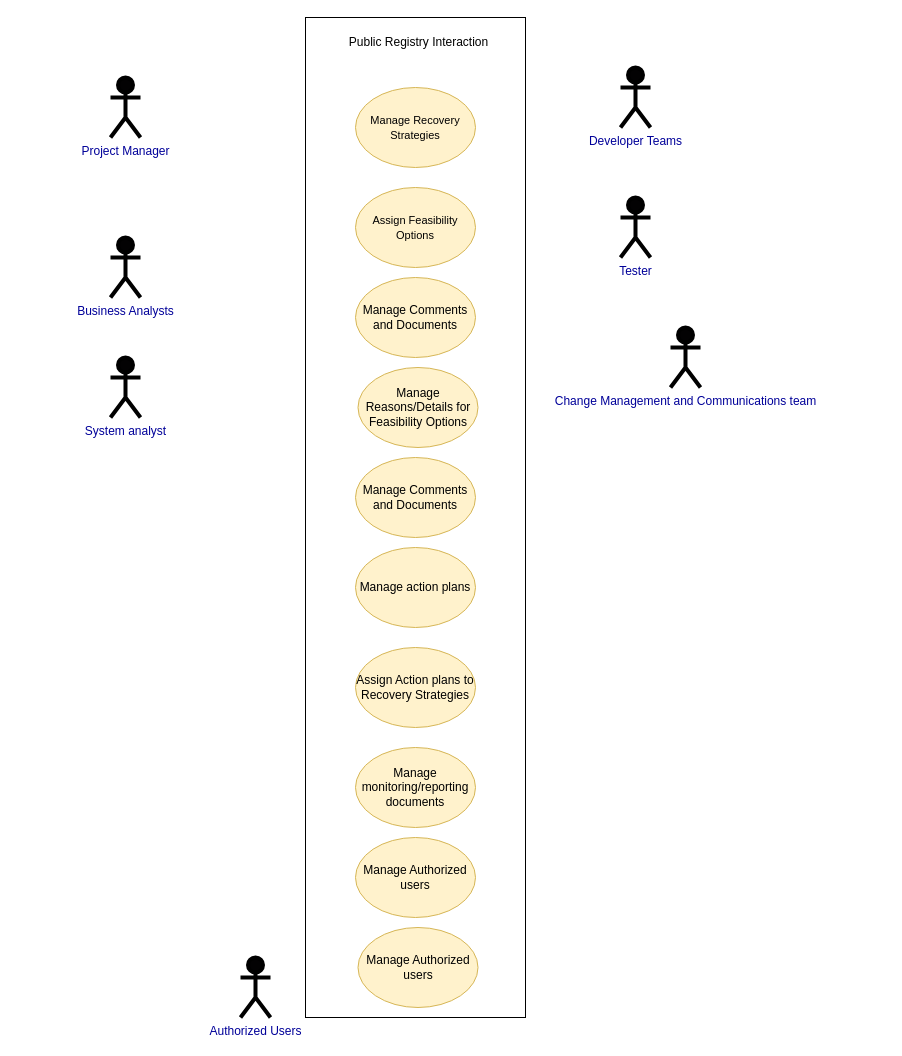
The draw.io diagram Internal System.drawio in anthony-som/usecase, before the edit. Source tidied: cells renumbered, new cells numbered last; positions are measured from the earlier drawing's top-left corner, leaving out a move shared by most shapes. Both pictures are drawn from the tidied source at 100%, with x=0, y=0 at pixel (110, 17).
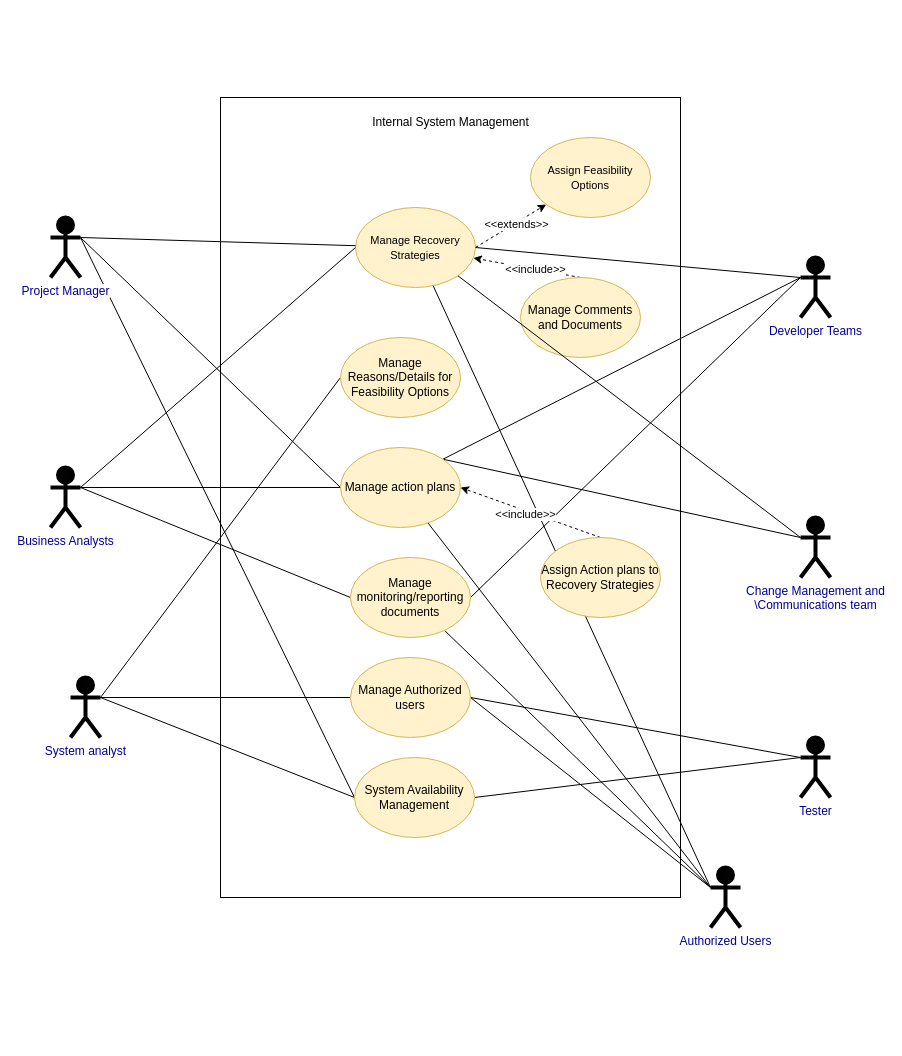
After the change.

Change to the diagram source:
```diff
@@
     <mxCell id="2" style="rounded=0;whiteSpace=wrap;html=1;fillColor=default;" parent="1" vertex="1">
-      <mxGeometry x="195" width="220" height="1000" as="geometry" />
+      <mxGeometry x="110" y="80" width="460" height="800" as="geometry" />
     </mxCell>
+    <mxCell id="21" style="rounded=0;jettySize=auto;html=1;exitX=0.5;exitY=0;exitDx=0;exitDy=0;dashed=1;" parent="1" edge="1" source="3" target="4">
+      <mxGeometry relative="1" as="geometry" />
+    </mxCell>
+    <mxCell id="22" value="&amp;lt;&amp;lt;include&amp;gt;&amp;gt;" style="edgeLabel;html=1;align=center;verticalAlign=middle;" parent="21" vertex="1">
+      <mxGeometry x="-0.15" y="1" relative="1" as="geometry">
+        <mxPoint y="-1" as="offset" />
+      </mxGeometry>
+    </mxCell>
     <mxCell id="3" value="Manage Comments and Documents" style="ellipse;whiteSpace=wrap;html=1;fillColor=#fff2cc;strokeColor=#d6b656;" parent="1" vertex="1">
-      <mxGeometry x="245" y="260" width="120" height="80" as="geometry" />
+      <mxGeometry x="410" y="260" width="120" height="80" as="geometry" />
     </mxCell>
+    <mxCell id="23" style="rounded=0;jettySize=auto;html=1;exitX=1;exitY=0.5;exitDx=0;exitDy=0;dashed=1;" parent="1" edge="1" source="4" target="6">
+      <mxGeometry relative="1" as="geometry" />
+    </mxCell>
+    <mxCell id="24" value="&amp;lt;&amp;lt;extends&amp;gt;&amp;gt;" style="edgeLabel;html=1;align=center;verticalAlign=middle;" parent="23" vertex="1">
+      <mxGeometry x="0.14" relative="1" as="geometry">
+        <mxPoint y="1" as="offset" />
+      </mxGeometry>
+    </mxCell>
     <mxCell id="4" value="&lt;span style=&quot;font-size: 11px;&quot;&gt;Manage Recovery Strategies&lt;/span&gt;" style="ellipse;whiteSpace=wrap;html=1;fillColor=#fff2cc;strokeColor=#d6b656;" parent="1" vertex="1">
-      <mxGeometry x="245" y="70" width="120" height="80" as="geometry" />
+      <mxGeometry x="245" y="190" width="120" height="80" as="geometry" />
     </mxCell>
-    <mxCell id="5" value="Public Registry Interaction" style="text;html=1;align=center;verticalAlign=middle;strokeColor=none;fillColor=none;" parent="1" vertex="1">
-      <mxGeometry x="227.5" y="10" width="160" height="30" as="geometry" />
+    <mxCell id="5" value="Internal System Management" style="text;html=1;align=center;verticalAlign=middle;strokeColor=none;fillColor=none;" parent="1" vertex="1">
+      <mxGeometry x="250" y="90" width="180" height="30" as="geometry" />
     </mxCell>
     <mxCell id="6" value="&lt;span style=&quot;font-size: 11px;&quot;&gt;Assign Feasibility Options&lt;/span&gt;" style="ellipse;whiteSpace=wrap;html=1;fillColor=#fff2cc;strokeColor=#d6b656;" parent="1" vertex="1">
-      <mxGeometry x="245" y="170" width="120" height="80" as="geometry" />
+      <mxGeometry x="420" y="120" width="120" height="80" as="geometry" />
     </mxCell>
+    <mxCell id="25" style="rounded=0;jettySize=auto;html=1;exitX=1;exitY=0.3333333333333333;exitDx=0;exitDy=0;exitPerimeter=0;endArrow=none;endFill=0;" parent="1" edge="1" source="7" target="4">
+      <mxGeometry relative="1" as="geometry" />
+    </mxCell>
+    <mxCell id="26" style="rounded=0;jettySize=auto;html=1;exitX=1;exitY=0.3333333333333333;exitDx=0;exitDy=0;exitPerimeter=0;entryX=0;entryY=0.5;entryDx=0;entryDy=0;endArrow=none;endFill=0;" parent="1" edge="1" source="7" target="16">
+      <mxGeometry relative="1" as="geometry" />
+    </mxCell>
+    <mxCell id="27" style="rounded=0;jettySize=auto;html=1;exitX=1;exitY=0.3333333333333333;exitDx=0;exitDy=0;exitPerimeter=0;entryX=0;entryY=0.5;entryDx=0;entryDy=0;endArrow=none;endFill=0;" parent="1" edge="1" source="7" target="20">
+      <mxGeometry relative="1" as="geometry" />
+    </mxCell>
     <mxCell id="7" value="Project Manager" style="shape=umlActor;verticalLabelPosition=bottom;labelBackgroundColor=#ffffff;verticalAlign=top;html=1;strokeWidth=4;fillColor=#030203;strokeColor=#000000;fontColor=#000099;" parent="1" vertex="1">
-      <mxGeometry y="60" width="30" height="60" as="geometry" />
+      <mxGeometry x="-60" y="200" width="30" height="60" as="geometry" />
     </mxCell>
+    <mxCell id="28" style="rounded=0;jettySize=auto;html=1;exitX=1;exitY=0.3333333333333333;exitDx=0;exitDy=0;exitPerimeter=0;entryX=0;entryY=0.5;entryDx=0;entryDy=0;endArrow=none;endFill=0;" parent="1" edge="1" source="8" target="4">
+      <mxGeometry relative="1" as="geometry" />
+    </mxCell>
+    <mxCell id="29" style="rounded=0;jettySize=auto;html=1;exitX=1;exitY=0.3333333333333333;exitDx=0;exitDy=0;exitPerimeter=0;entryX=0;entryY=0.5;entryDx=0;entryDy=0;endArrow=none;endFill=0;" parent="1" edge="1" source="8" target="16">
+      <mxGeometry relative="1" as="geometry" />
+    </mxCell>
+    <mxCell id="30" style="rounded=0;jettySize=auto;html=1;exitX=1;exitY=0.3333333333333333;exitDx=0;exitDy=0;exitPerimeter=0;entryX=0;entryY=0.5;entryDx=0;entryDy=0;endArrow=none;endFill=0;" parent="1" edge="1" source="8" target="18">
+      <mxGeometry relative="1" as="geometry" />
+    </mxCell>
     <mxCell id="8" value="Business Analysts" style="shape=umlActor;verticalLabelPosition=bottom;labelBackgroundColor=#ffffff;verticalAlign=top;html=1;strokeWidth=4;fillColor=#030203;strokeColor=#000000;fontColor=#000099;" parent="1" vertex="1">
-      <mxGeometry y="220" width="30" height="60" as="geometry" />
+      <mxGeometry x="-60" y="450" width="30" height="60" as="geometry" />
     </mxCell>
+    <mxCell id="31" style="rounded=0;jettySize=auto;html=1;exitX=1;exitY=0.3333333333333333;exitDx=0;exitDy=0;exitPerimeter=0;entryX=0;entryY=0.5;entryDx=0;entryDy=0;endArrow=none;endFill=0;" parent="1" edge="1" source="9" target="14">
+      <mxGeometry relative="1" as="geometry" />
+    </mxCell>
+    <mxCell id="32" style="rounded=0;jettySize=auto;html=1;exitX=1;exitY=0.3333333333333333;exitDx=0;exitDy=0;exitPerimeter=0;entryX=0;entryY=0.5;entryDx=0;entryDy=0;endArrow=none;endFill=0;" parent="1" edge="1" source="9" target="20">
+      <mxGeometry relative="1" as="geometry" />
+    </mxCell>
+    <mxCell id="33" style="rounded=0;jettySize=auto;html=1;exitX=1;exitY=0.3333333333333333;exitDx=0;exitDy=0;exitPerimeter=0;endArrow=none;endFill=0;" parent="1" edge="1" source="9" target="19">
+      <mxGeometry relative="1" as="geometry" />
+    </mxCell>
     <mxCell id="9" value="System analyst" style="shape=umlActor;verticalLabelPosition=bottom;labelBackgroundColor=#ffffff;verticalAlign=top;html=1;strokeWidth=4;fillColor=#030203;strokeColor=#000000;fontColor=#000099;" parent="1" vertex="1">
-      <mxGeometry y="340" width="30" height="60" as="geometry" />
+      <mxGeometry x="-40" y="660" width="30" height="60" as="geometry" />
     </mxCell>
+    <mxCell id="34" style="rounded=0;jettySize=auto;html=1;exitX=0;exitY=0.3333333333333333;exitDx=0;exitDy=0;exitPerimeter=0;entryX=1;entryY=0.5;entryDx=0;entryDy=0;endArrow=none;endFill=0;" parent="1" edge="1" source="10" target="4">
+      <mxGeometry relative="1" as="geometry" />
+    </mxCell>
+    <mxCell id="35" style="rounded=0;jettySize=auto;html=1;exitX=0;exitY=0.3333333333333333;exitDx=0;exitDy=0;exitPerimeter=0;entryX=1;entryY=0;entryDx=0;entryDy=0;endArrow=none;endFill=0;" parent="1" edge="1" source="10" target="16">
+      <mxGeometry relative="1" as="geometry" />
+    </mxCell>
+    <mxCell id="36" style="rounded=0;jettySize=auto;html=1;exitX=0;exitY=0.3333333333333333;exitDx=0;exitDy=0;exitPerimeter=0;entryX=1;entryY=0.5;entryDx=0;entryDy=0;endArrow=none;endFill=0;" parent="1" edge="1" source="10" target="18">
+      <mxGeometry relative="1" as="geometry" />
+    </mxCell>
     <mxCell id="10" value="Developer Teams" style="shape=umlActor;verticalLabelPosition=bottom;labelBackgroundColor=#ffffff;verticalAlign=top;html=1;strokeWidth=4;fillColor=#030203;strokeColor=#000000;fontColor=#000099;" parent="1" vertex="1">
-      <mxGeometry x="510" y="50" width="30" height="60" as="geometry" />
+      <mxGeometry x="690" y="240" width="30" height="60" as="geometry" />
     </mxCell>
+    <mxCell id="37" style="rounded=0;jettySize=auto;html=1;exitX=0;exitY=0.3333333333333333;exitDx=0;exitDy=0;exitPerimeter=0;entryX=1;entryY=0.5;entryDx=0;entryDy=0;endArrow=none;endFill=0;" parent="1" edge="1" source="11" target="20">
+      <mxGeometry relative="1" as="geometry" />
+    </mxCell>
+    <mxCell id="38" style="rounded=0;jettySize=auto;html=1;exitX=0;exitY=0.3333333333333333;exitDx=0;exitDy=0;exitPerimeter=0;entryX=1;entryY=0.5;entryDx=0;entryDy=0;endArrow=none;endFill=0;" parent="1" edge="1" source="11" target="19">
+      <mxGeometry relative="1" as="geometry" />
+    </mxCell>
     <mxCell id="11" value="Tester" style="shape=umlActor;verticalLabelPosition=bottom;labelBackgroundColor=#ffffff;verticalAlign=top;html=1;strokeWidth=4;fillColor=#030203;strokeColor=#000000;fontColor=#000099;" parent="1" vertex="1">
-      <mxGeometry x="510" y="180" width="30" height="60" as="geometry" />
+      <mxGeometry x="690" y="720" width="30" height="60" as="geometry" />
     </mxCell>
+    <mxCell id="39" style="rounded=0;jettySize=auto;html=1;exitX=0;exitY=0.3333333333333333;exitDx=0;exitDy=0;exitPerimeter=0;entryX=1;entryY=1;entryDx=0;entryDy=0;endArrow=none;endFill=0;" parent="1" edge="1" source="12" target="4">
+      <mxGeometry relative="1" as="geometry" />
+    </mxCell>
+    <mxCell id="40" style="rounded=0;jettySize=auto;html=1;exitX=0;exitY=0.3333333333333333;exitDx=0;exitDy=0;exitPerimeter=0;entryX=1;entryY=0;entryDx=0;entryDy=0;endArrow=none;endFill=0;" parent="1" edge="1" source="12" target="16">
+      <mxGeometry relative="1" as="geometry" />
+    </mxCell>
-    <mxCell id="12" value="Change Management and Communications team" style="shape=umlActor;verticalLabelPosition=bottom;labelBackgroundColor=#ffffff;verticalAlign=top;html=1;strokeWidth=4;fillColor=#030203;strokeColor=#000000;fontColor=#000099;" parent="1" vertex="1">
-      <mxGeometry x="560" y="310" width="30" height="60" as="geometry" />
+    <mxCell id="12" value="Change Management and &lt;br&gt;\Communications team" style="shape=umlActor;verticalLabelPosition=bottom;labelBackgroundColor=#ffffff;verticalAlign=top;html=1;strokeWidth=4;fillColor=#030203;strokeColor=#000000;fontColor=#000099;" parent="1" vertex="1">
+      <mxGeometry x="690" y="500" width="30" height="60" as="geometry" />
     </mxCell>
+    <mxCell id="41" style="rounded=0;jettySize=auto;html=1;exitX=0;exitY=0.3333333333333333;exitDx=0;exitDy=0;exitPerimeter=0;entryX=1;entryY=0.5;entryDx=0;entryDy=0;endArrow=none;endFill=0;" parent="1" edge="1" source="13" target="19">
+      <mxGeometry relative="1" as="geometry" />
+    </mxCell>
+    <mxCell id="42" style="rounded=0;jettySize=auto;html=1;exitX=0;exitY=0.3333333333333333;exitDx=0;exitDy=0;exitPerimeter=0;endArrow=none;endFill=0;" parent="1" edge="1" source="13" target="18">
+      <mxGeometry relative="1" as="geometry" />
+    </mxCell>
+    <mxCell id="43" style="rounded=0;jettySize=auto;html=1;exitX=0;exitY=0.3333333333333333;exitDx=0;exitDy=0;exitPerimeter=0;endArrow=none;endFill=0;" parent="1" edge="1" source="13" target="16">
+      <mxGeometry relative="1" as="geometry" />
+    </mxCell>
+    <mxCell id="44" style="rounded=0;jettySize=auto;html=1;exitX=0;exitY=0.3333333333333333;exitDx=0;exitDy=0;exitPerimeter=0;endArrow=none;endFill=0;" parent="1" edge="1" source="13" target="4">
+      <mxGeometry relative="1" as="geometry" />
+    </mxCell>
     <mxCell id="13" value="Authorized Users" style="shape=umlActor;verticalLabelPosition=bottom;labelBackgroundColor=#ffffff;verticalAlign=top;html=1;strokeWidth=4;fillColor=#030203;strokeColor=#000000;fontColor=#000099;" parent="1" vertex="1">
-      <mxGeometry x="130" y="940" width="30" height="60" as="geometry" />
+      <mxGeometry x="600" y="850" width="30" height="60" as="geometry" />
     </mxCell>
     <mxCell id="14" value="Manage Reasons/Details for Feasibility Options" style="ellipse;whiteSpace=wrap;html=1;fillColor=#fff2cc;strokeColor=#d6b656;" parent="1" vertex="1">
-      <mxGeometry x="247.5" y="350" width="120" height="80" as="geometry" />
+      <mxGeometry x="230" y="320" width="120" height="80" as="geometry" />
     </mxCell>
-    <mxCell id="15" value="Manage Comments and Documents" style="ellipse;whiteSpace=wrap;html=1;fillColor=#fff2cc;strokeColor=#d6b656;" parent="1" vertex="1">
-      <mxGeometry x="245" y="440" width="120" height="80" as="geometry" />
-    </mxCell>
     <mxCell id="16" value="Manage action plans" style="ellipse;whiteSpace=wrap;html=1;fillColor=#fff2cc;strokeColor=#d6b656;" parent="1" vertex="1">
-      <mxGeometry x="245" y="530" width="120" height="80" as="geometry" />
+      <mxGeometry x="230" y="430" width="120" height="80" as="geometry" />
     </mxCell>
+    <mxCell id="45" style="rounded=0;jettySize=auto;html=1;exitX=0.5;exitY=0;exitDx=0;exitDy=0;entryX=1;entryY=0.5;entryDx=0;entryDy=0;dashed=1;" parent="1" edge="1" source="17" target="16">
+      <mxGeometry relative="1" as="geometry" />
+    </mxCell>
+    <mxCell id="46" value="&amp;lt;&amp;lt;include&amp;gt;&amp;gt;" style="edgeLabel;html=1;align=center;verticalAlign=middle;" parent="45" vertex="1">
+      <mxGeometry x="0.06" y="3" relative="1" as="geometry" />
+    </mxCell>
     <mxCell id="17" value="Assign Action plans to Recovery Strategies" style="ellipse;whiteSpace=wrap;html=1;fillColor=#fff2cc;strokeColor=#d6b656;" parent="1" vertex="1">
-      <mxGeometry x="245" y="630" width="120" height="80" as="geometry" />
+      <mxGeometry x="430" y="520" width="120" height="80" as="geometry" />
     </mxCell>
     <mxCell id="18" value="Manage monitoring/reporting documents" style="ellipse;whiteSpace=wrap;html=1;fillColor=#fff2cc;strokeColor=#d6b656;" parent="1" vertex="1">
-      <mxGeometry x="245" y="730" width="120" height="80" as="geometry" />
+      <mxGeometry x="240" y="540" width="120" height="80" as="geometry" />
     </mxCell>
     <mxCell id="19" value="Manage Authorized users" style="ellipse;whiteSpace=wrap;html=1;fillColor=#fff2cc;strokeColor=#d6b656;" parent="1" vertex="1">
-      <mxGeometry x="245" y="820" width="120" height="80" as="geometry" />
+      <mxGeometry x="240" y="640" width="120" height="80" as="geometry" />
     </mxCell>
-    <mxCell id="20" value="Manage Authorized users" style="ellipse;whiteSpace=wrap;html=1;fillColor=#fff2cc;strokeColor=#d6b656;" parent="1" vertex="1">
-      <mxGeometry x="247.5" y="910" width="120" height="80" as="geometry" />
+    <mxCell id="20" value="System Availability Management" style="ellipse;whiteSpace=wrap;html=1;fillColor=#fff2cc;strokeColor=#d6b656;" parent="1" vertex="1">
+      <mxGeometry x="244" y="740" width="120" height="80" as="geometry" />
     </mxCell>
+    <mxCell id="47" style="edgeStyle=orthogonalEdgeStyle;rounded=0;orthogonalLoop=1;jettySize=auto;html=1;exitX=0.5;exitY=1;exitDx=0;exitDy=0;" parent="1" edge="1" source="2" target="2">
+      <mxGeometry relative="1" as="geometry" />
+    </mxCell>
```
